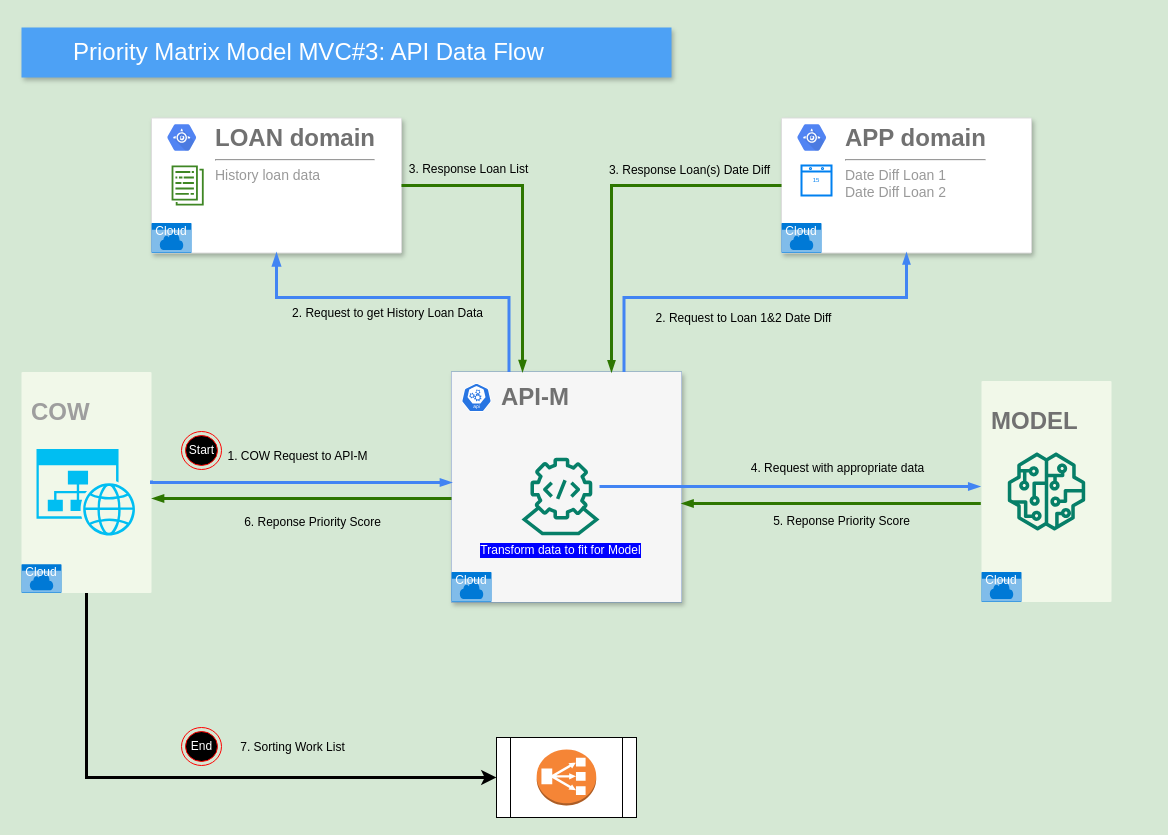
Earlier version of the draw.io diagram PriorityMatrixAPIDataFlow.drawio (kencheril/keep). Source tidied: cells renumbered, new cells numbered last; positions are measured from the earlier drawing's top-left corner, leaving out a move shared by most shapes. Both pictures are drawn from the tidied source at 100%, with x=0, y=0 at pixel (-77, 27).
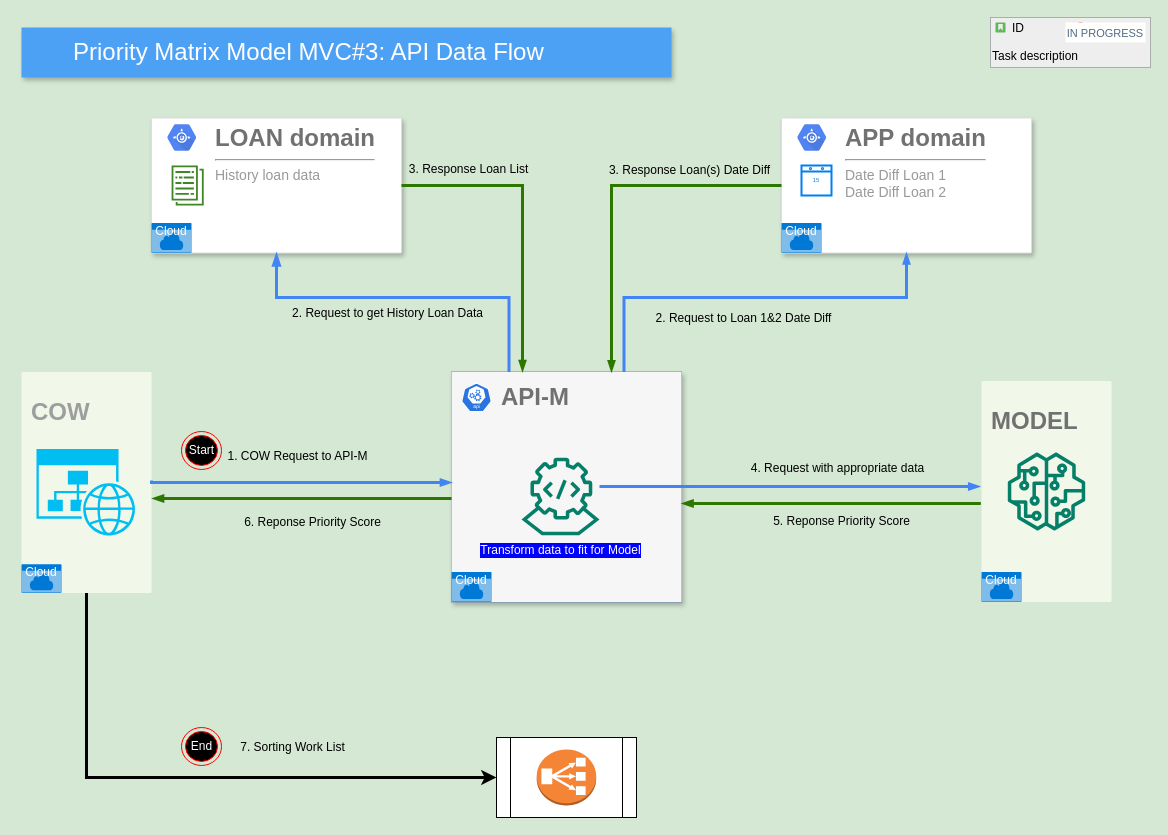
After the change.

Diff of the diagram source:
```diff
@@
+    <mxCell id="47" value="Task description" style="html=1;shadow=0;dashed=0;shape=mxgraph.atlassian.issue;issueType=story;issuePriority=blocker;issueStatus=inProgress;verticalAlign=top;align=left;whiteSpace=wrap;overflow=hidden;spacingTop=25;strokeColor=#A8ADB0;fillColor=#EEEEEE;fontSize=12;backgroundOutline=1;sketch=0;" parent="1" vertex="1">
+      <mxGeometry x="1067" y="-10" width="160" height="50" as="geometry" />
+    </mxCell>
+    <mxCell id="48" value="ID" style="strokeColor=none;fillColor=none;align=left;" parent="47" vertex="1">
+      <mxGeometry width="60" height="20" relative="1" as="geometry">
+        <mxPoint x="20" as="offset" />
+      </mxGeometry>
+    </mxCell>
```
